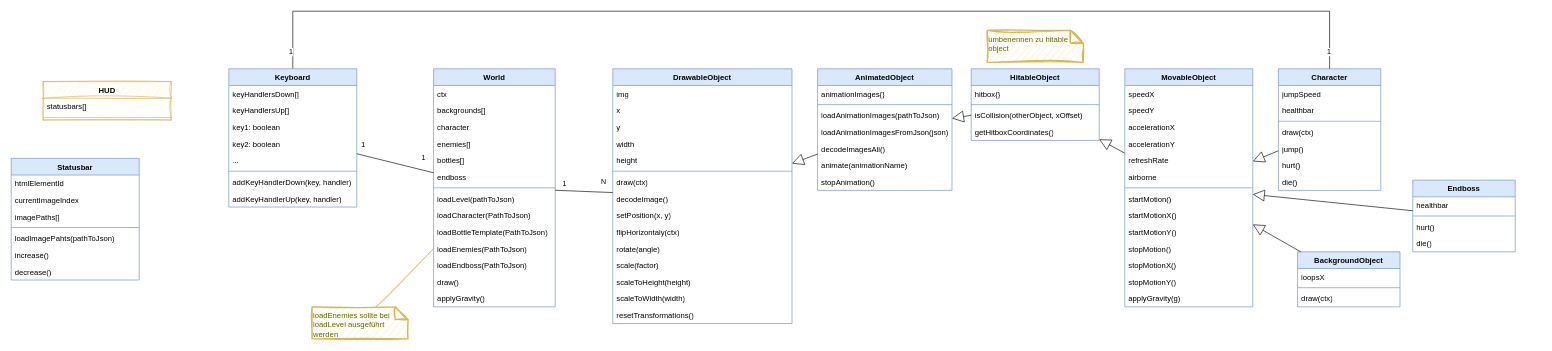
ReinhardWansch/ElPolloLoco keeps this draw.io diagram as uml/classDiagram.drawio. Above is the earlier version. Source tidied: cells renumbered, new cells numbered last; positions are measured from the earlier drawing's top-left corner, leaving out a move shared by most shapes. Both pictures are drawn from the tidied source at 64%, with x=0, y=0 at pixel (11, 11).
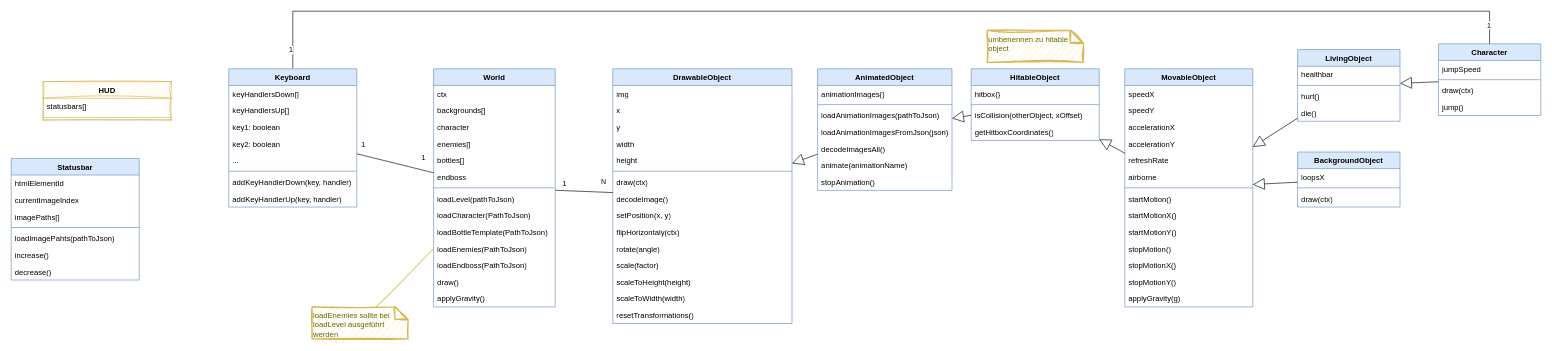
The same diagram, later.

Commit message (it also covers changes not shown here):
add class LivingObject

The change refers to these unchanged cells:
```xml
<mxCell id="27" value="MovableObject" style="swimlane;fontStyle=1;align=center;verticalAlign=top;horizontal=1;startSize=26;whiteSpace=wrap;html=1;fillColor=#dae8fc;strokeColor=#6c8ebf;" parent="1" vertex="1">
  <mxGeometry x="1740" y="90" width="200" height="372" as="geometry" />
</mxCell>
<mxCell id="72" value="Keyboard" style="swimlane;fontStyle=1;align=center;verticalAlign=top;horizontal=1;startSize=26;whiteSpace=wrap;html=1;fillColor=#dae8fc;strokeColor=#6c8ebf;" parent="1" vertex="1">
  <mxGeometry x="340" y="90" width="200" height="216" as="geometry" />
</mxCell>
```

What changed in the source:
```diff
@@
     <mxCell id="61" value="Character" style="swimlane;fontStyle=1;align=center;verticalAlign=top;horizontal=1;startSize=26;whiteSpace=wrap;html=1;fillColor=#dae8fc;strokeColor=#6c8ebf;" parent="1" vertex="1">
-      <mxGeometry x="1980" y="90" width="160" height="190" as="geometry" />
+      <mxGeometry x="2230" y="51" width="160" height="112" as="geometry" />
     </mxCell>
@@
-    <mxCell id="63" value="healthbar" style="text;strokeColor=none;fillColor=none;align=left;verticalAlign=top;spacingLeft=4;spacingRight=4;overflow=hidden;whiteSpace=wrap;html=1;" parent="61" vertex="1">
-      <mxGeometry y="52" width="160" height="26" as="geometry" />
-    </mxCell>
     <mxCell id="64" style="line;strokeWidth=1;fillColor=none;align=left;verticalAlign=middle;spacingTop=-1;spacingLeft=3;spacingRight=3;labelPosition=right;strokeColor=inherit;" parent="61" vertex="1">
-      <mxGeometry y="78" width="160" height="8" as="geometry" />
+      <mxGeometry y="52" width="160" height="8" as="geometry" />
     </mxCell>
     <mxCell id="65" value="draw(ctx)" style="text;strokeColor=none;fillColor=none;align=left;verticalAlign=top;spacingLeft=4;spacingRight=4;overflow=hidden;whiteSpace=wrap;html=1;" parent="61" vertex="1">
-      <mxGeometry y="86" width="160" height="26" as="geometry" />
+      <mxGeometry y="60" width="160" height="26" as="geometry" />
     </mxCell>
     <mxCell id="66" value="jump()" style="text;strokeColor=none;fillColor=none;align=left;verticalAlign=top;spacingLeft=4;spacingRight=4;overflow=hidden;whiteSpace=wrap;html=1;" parent="61" vertex="1">
-      <mxGeometry y="112" width="160" height="26" as="geometry" />
+      <mxGeometry y="86" width="160" height="26" as="geometry" />
     </mxCell>
-    <mxCell id="67" value="hurt()" style="text;strokeColor=none;fillColor=none;align=left;verticalAlign=top;spacingLeft=4;spacingRight=4;overflow=hidden;whiteSpace=wrap;html=1;" parent="61" vertex="1">
-      <mxGeometry y="138" width="160" height="26" as="geometry" />
-    </mxCell>
-    <mxCell id="68" value="die()" style="text;strokeColor=none;fillColor=none;align=left;verticalAlign=top;spacingLeft=4;spacingRight=4;overflow=hidden;whiteSpace=wrap;html=1;" parent="61" vertex="1">
-      <mxGeometry y="164" width="160" height="26" as="geometry" />
-    </mxCell>
     <mxCell id="69" style="edgeStyle=orthogonalEdgeStyle;rounded=0;jettySize=auto;html=1;endArrow=none;startFill=0;" parent="1" edge="1" source="72" target="61">
       <mxGeometry relative="1" as="geometry">
         <Array as="points">
           <mxPoint x="440" />
-          <mxPoint x="2060" />
+          <mxPoint x="2310" />
         </Array>
       </mxGeometry>
     </mxCell>
@@
-    <mxCell id="81" style="endArrow=block;endSize=16;endFill=0;html=1;rounded=0;" parent="1" edge="1" source="61" target="27">
+    <mxCell id="81" style="endArrow=block;endSize=16;endFill=0;html=1;rounded=0;" parent="1" edge="1" source="61" target="116">
       <mxGeometry relative="1" as="geometry" />
     </mxCell>
@@
     <mxCell id="88" value="BackgroundObject" style="swimlane;fontStyle=1;align=center;verticalAlign=top;horizontal=1;startSize=26;whiteSpace=wrap;html=1;fillColor=#dae8fc;strokeColor=#6c8ebf;" parent="1" vertex="1">
-      <mxGeometry x="2010" y="376" width="160" height="86" as="geometry" />
+      <mxGeometry x="2010" y="220" width="160" height="86" as="geometry" />
     </mxCell>
@@
-    <mxCell id="110" value="Endboss" style="swimlane;fontStyle=1;align=center;verticalAlign=top;horizontal=1;startSize=26;whiteSpace=wrap;html=1;fillColor=#dae8fc;strokeColor=#6c8ebf;" parent="1" vertex="1">
-      <mxGeometry x="2190" y="264" width="160" height="112" as="geometry" />
-    </mxCell>
+    <mxCell id="116" value="LivingObject" style="swimlane;fontStyle=1;align=center;verticalAlign=top;horizontal=1;startSize=26;whiteSpace=wrap;html=1;fillColor=#dae8fc;strokeColor=#6c8ebf;" parent="1" vertex="1">
+      <mxGeometry x="2010" y="60" width="160" height="112" as="geometry" />
+    </mxCell>
-    <mxCell id="111" value="healthbar" style="text;strokeColor=none;fillColor=none;align=left;verticalAlign=top;spacingLeft=4;spacingRight=4;overflow=hidden;whiteSpace=wrap;html=1;" parent="110" vertex="1">
+    <mxCell id="111" value="healthbar" style="text;strokeColor=none;fillColor=none;align=left;verticalAlign=top;spacingLeft=4;spacingRight=4;overflow=hidden;whiteSpace=wrap;html=1;" parent="116" vertex="1">
       <mxGeometry y="26" width="160" height="26" as="geometry" />
     </mxCell>
-    <mxCell id="112" style="line;strokeWidth=1;fillColor=none;align=left;verticalAlign=middle;spacingTop=-1;spacingLeft=3;spacingRight=3;labelPosition=right;strokeColor=inherit;" parent="110" vertex="1">
+    <mxCell id="112" style="line;strokeWidth=1;fillColor=none;align=left;verticalAlign=middle;spacingTop=-1;spacingLeft=3;spacingRight=3;labelPosition=right;strokeColor=inherit;" parent="116" vertex="1">
       <mxGeometry y="52" width="160" height="8" as="geometry" />
     </mxCell>
-    <mxCell id="113" value="hurt()" style="text;strokeColor=none;fillColor=none;align=left;verticalAlign=top;spacingLeft=4;spacingRight=4;overflow=hidden;whiteSpace=wrap;html=1;" parent="110" vertex="1">
+    <mxCell id="113" value="hurt()" style="text;strokeColor=none;fillColor=none;align=left;verticalAlign=top;spacingLeft=4;spacingRight=4;overflow=hidden;whiteSpace=wrap;html=1;" parent="116" vertex="1">
       <mxGeometry y="60" width="160" height="26" as="geometry" />
     </mxCell>
-    <mxCell id="114" value="die()" style="text;strokeColor=none;fillColor=none;align=left;verticalAlign=top;spacingLeft=4;spacingRight=4;overflow=hidden;whiteSpace=wrap;html=1;" parent="110" vertex="1">
+    <mxCell id="114" value="die()" style="text;strokeColor=none;fillColor=none;align=left;verticalAlign=top;spacingLeft=4;spacingRight=4;overflow=hidden;whiteSpace=wrap;html=1;" parent="116" vertex="1">
       <mxGeometry y="86" width="160" height="26" as="geometry" />
     </mxCell>
-    <mxCell id="115" style="endArrow=block;endSize=16;endFill=0;html=1;rounded=0;" parent="1" edge="1" source="110" target="27">
-      <mxGeometry relative="1" as="geometry" />
-    </mxCell>
+    <mxCell id="117" style="endArrow=block;endSize=16;endFill=0;html=1;rounded=0;" parent="1" edge="1" source="116" target="27">
+      <mxGeometry relative="1" as="geometry" />
+    </mxCell>
```
